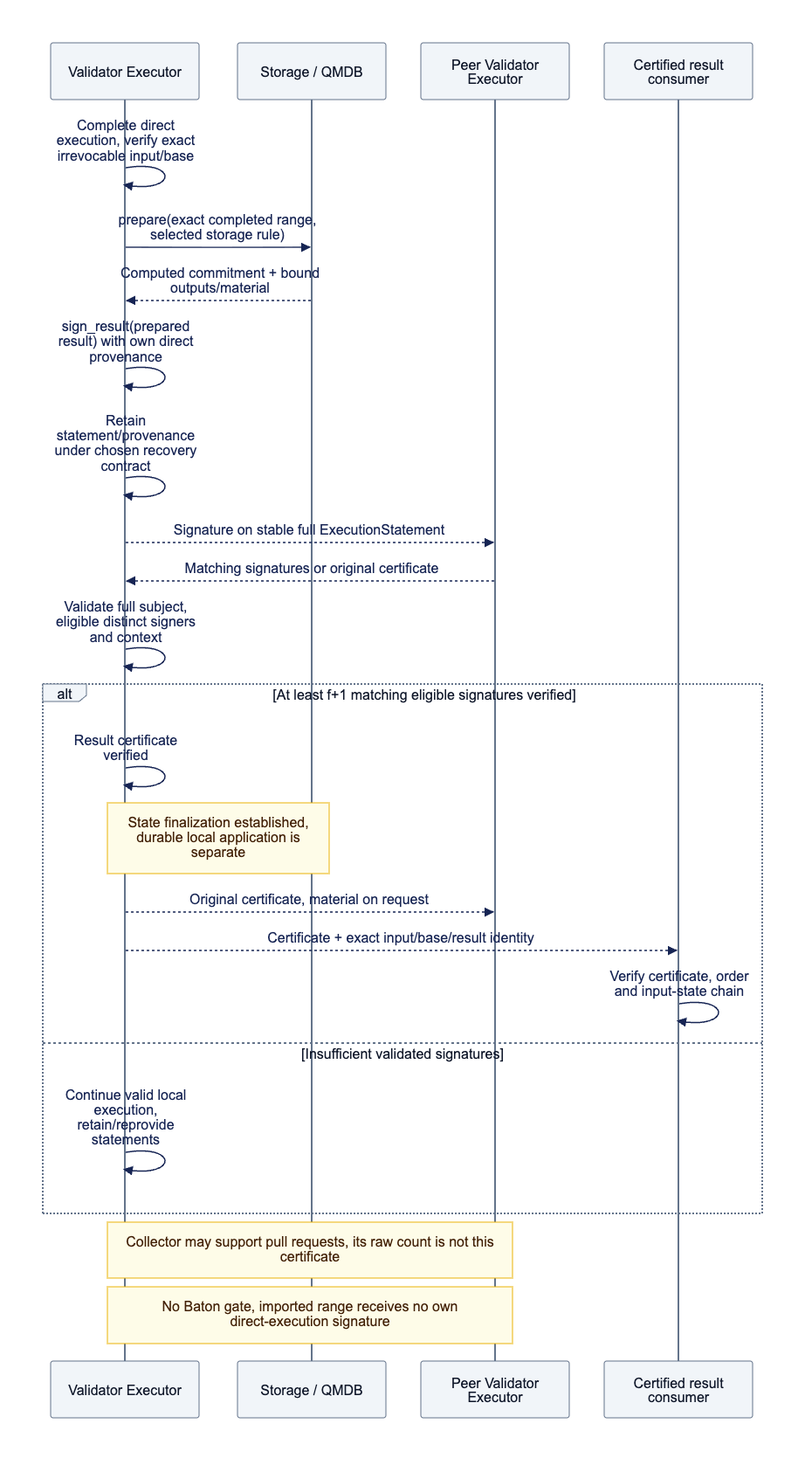
Earlier version of the Mermaid export docs/assets/diagrams/diagram-11.png (djm07073/baton-research). Its source is kept beside it as docs/assets/diagrams/diagram-11.mmd.
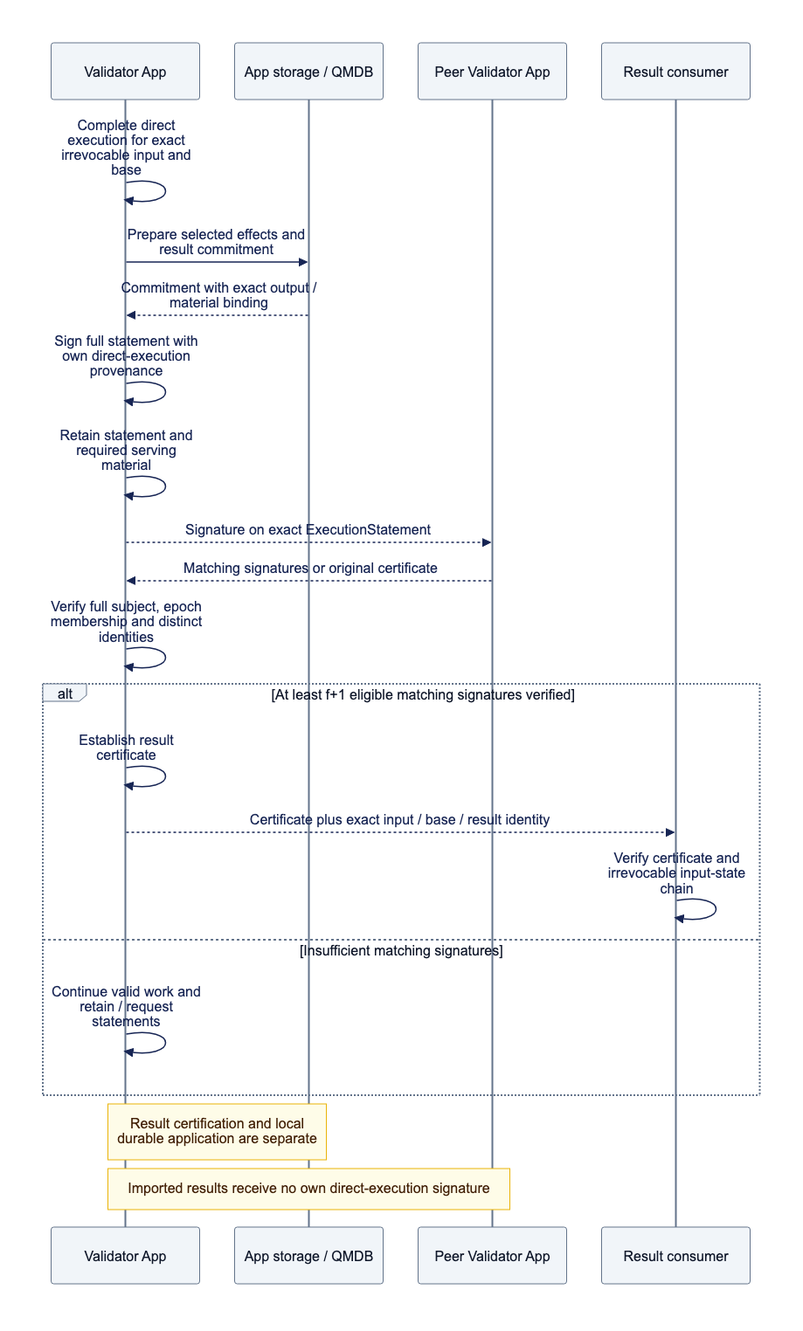
The same diagram one commit later.

Change to the diagram source:
```diff
@@ -1,24 +1,22 @@
 sequenceDiagram
-    participant E as Validator Executor
-    participant S as Storage / QMDB
-    participant P as Peer Validator Executor
-    participant R as Certified result consumer
-    E->>E: Complete direct execution, verify exact irrevocable input/base
-    E->>S: prepare(exact completed range, selected storage rule)
-    S-->>E: Computed commitment + bound outputs/material
-    E->>E: sign_result(prepared result) with own direct provenance
-    E->>E: Retain statement/provenance under chosen recovery contract
-    E-->>P: Signature on stable full ExecutionStatement
-    P-->>E: Matching signatures or original certificate
-    E->>E: Validate full subject, eligible distinct signers and context
-    alt At least f+1 matching eligible signatures verified
-        E->>E: Result certificate verified
-        Note over E,S: State finalization established, durable local application is separate
-        E-->>P: Original certificate, material on request
-        E-->>R: Certificate + exact input/base/result identity
-        R->>R: Verify certificate, order and input-state chain
-    else Insufficient validated signatures
-        E->>E: Continue valid local execution, retain/reprovide statements
+    participant A as Validator App
+    participant S as App storage / QMDB
+    participant P as Peer Validator App
+    participant R as Result consumer
+    A->>A: Complete direct execution for exact irrevocable input and base
+    A->>S: Prepare selected effects and result commitment
+    S-->>A: Commitment with exact output / material binding
+    A->>A: Sign full statement with own direct-execution provenance
+    A->>A: Retain statement and required serving material
+    A-->>P: Signature on exact ExecutionStatement
+    P-->>A: Matching signatures or original certificate
+    A->>A: Verify full subject, epoch membership and distinct identities
+    alt At least f+1 eligible matching signatures verified
+        A->>A: Establish result certificate
+        A-->>R: Certificate plus exact input / base / result identity
+        R->>R: Verify certificate and irrevocable input-state chain
+    else Insufficient matching signatures
+        A->>A: Continue valid work and retain / request statements
     end
-    Note over E,P: Collector may support pull requests, its raw count is not this certificate
-    Note over E,P: No Baton gate, imported range receives no own direct-execution signature
+    Note over A,S: Result certification and local durable application are separate
+    Note over A,P: Imported results receive no own direct-execution signature
```
